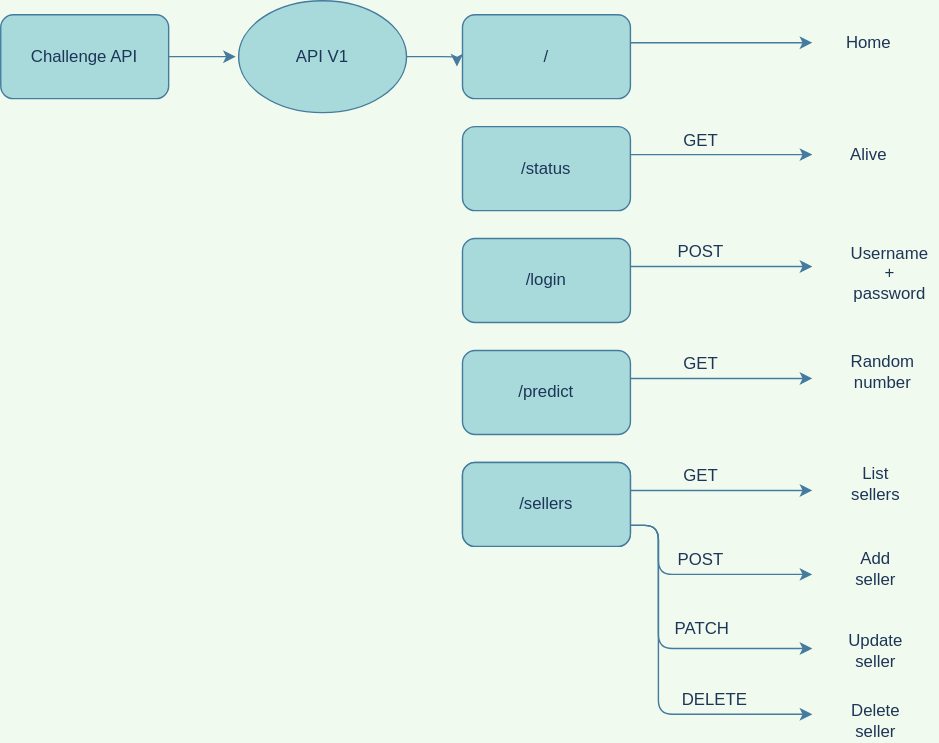
Earlier version of the draw.io export Api_UML.svg (Demesmaeker/API_learning_Flask). Source tidied: cells renumbered, new cells last; positions are measured from the earlier drawing's top-left corner, leaving out a move shared by most shapes.
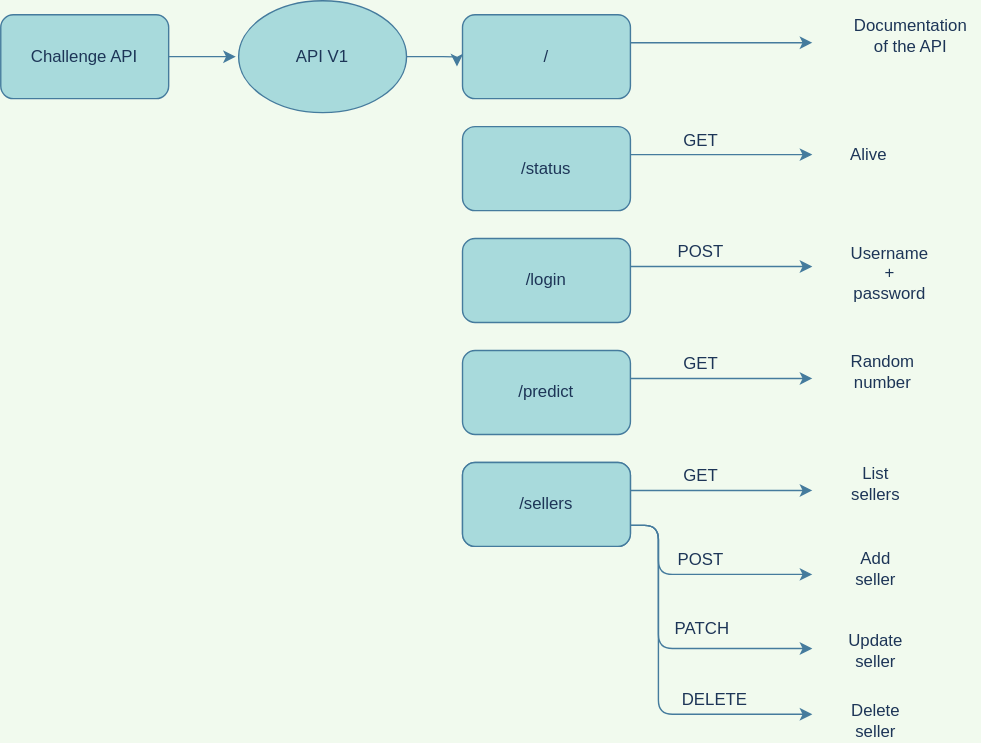
The same file after the commit.

Diff of the diagram source:
```diff
@@ -131,8 +131,8 @@
     <mxCell id="32" value="/" style="whiteSpace=wrap;html=1;fillColor=#A8DADC;strokeColor=#457B9D;fontColor=#1D3557;rounded=1;" parent="1" vertex="1">
       <mxGeometry x="330" y="10" width="120" height="60" as="geometry" />
     </mxCell>
-    <mxCell id="33" value="Home" style="text;html=1;align=center;verticalAlign=middle;fontColor=#1D3557;rounded=1;" parent="1" vertex="1">
-      <mxGeometry x="595" y="20" width="50" height="20" as="geometry" />
+    <mxCell id="33" value="&lt;div&gt;Documentation&lt;/div&gt;&lt;div&gt;of the API&lt;/div&gt;" style="text;html=1;align=center;verticalAlign=middle;fontColor=#1D3557;rounded=1;" parent="1" vertex="1">
+      <mxGeometry x="600" y="10" width="100" height="30" as="geometry" />
     </mxCell>
     <mxCell id="34" style="edgeStyle=orthogonalEdgeStyle;orthogonalLoop=1;jettySize=auto;html=1;exitX=1;exitY=0.25;exitDx=0;exitDy=0;labelBackgroundColor=#F1FAEE;strokeColor=#457B9D;fontColor=#1D3557;" parent="1" edge="1">
       <mxGeometry relative="1" as="geometry">
```
